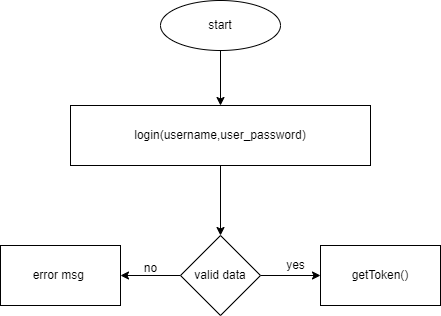
Before: Definition/Design/low level design/flowchart/user login.drawio.png, a diagram exported from draw.io (SaadHamdy1999/TravelAdvisor). Source tidied: cells renumbered, new cells last; positions are measured from the earlier drawing's top-left corner, leaving out a move shared by most shapes. Its diagram source:
```xml
<mxGraphModel>
  <root>
    <mxCell id="0" />
    <mxCell id="1" parent="0" />
    <mxCell id="2" style="edgeStyle=orthogonalEdgeStyle;rounded=0;jettySize=auto;html=1;" parent="1" edge="1" source="3" target="5">
      <mxGeometry relative="1" as="geometry" />
    </mxCell>
    <mxCell id="3" value="start" style="ellipse;whiteSpace=wrap;html=1;" parent="1" vertex="1">
      <mxGeometry x="160" width="120" height="50" as="geometry" />
    </mxCell>
    <mxCell id="4" style="edgeStyle=orthogonalEdgeStyle;rounded=0;jettySize=auto;html=1;" parent="1" edge="1" source="5">
      <mxGeometry relative="1" as="geometry">
        <mxPoint x="220" y="235" as="targetPoint" />
      </mxGeometry>
    </mxCell>
    <mxCell id="5" value="login(username,user_password)" style="whiteSpace=wrap;html=1;" parent="1" vertex="1">
      <mxGeometry x="70" y="105" width="300" height="60" as="geometry" />
    </mxCell>
    <mxCell id="6" style="edgeStyle=orthogonalEdgeStyle;rounded=0;jettySize=auto;html=1;" parent="1" edge="1" target="8">
      <mxGeometry relative="1" as="geometry">
        <mxPoint x="180" y="275" as="sourcePoint" />
      </mxGeometry>
    </mxCell>
    <mxCell id="7" style="edgeStyle=orthogonalEdgeStyle;rounded=0;jettySize=auto;html=1;" parent="1" edge="1" target="10">
      <mxGeometry relative="1" as="geometry">
        <mxPoint x="260" y="275" as="sourcePoint" />
      </mxGeometry>
    </mxCell>
    <mxCell id="8" value="error msg&amp;nbsp;" style="whiteSpace=wrap;html=1;" parent="1" vertex="1">
      <mxGeometry y="245" width="120" height="60" as="geometry" />
    </mxCell>
    <mxCell id="9" value="no" style="text;html=1;align=center;verticalAlign=middle;strokeColor=none;fillColor=none;" parent="1" vertex="1">
      <mxGeometry x="135" y="258" width="30" height="20" as="geometry" />
    </mxCell>
    <mxCell id="10" value="getToken()" style="whiteSpace=wrap;html=1;" parent="1" vertex="1">
      <mxGeometry x="320" y="245" width="120" height="60" as="geometry" />
    </mxCell>
    <mxCell id="11" value="yes" style="text;html=1;align=center;verticalAlign=middle;strokeColor=none;fillColor=none;" parent="1" vertex="1">
      <mxGeometry x="280" y="255" width="30" height="20" as="geometry" />
    </mxCell>
    <mxCell id="12" value="valid data" style="rhombus;whiteSpace=wrap;html=1;" parent="1" vertex="1">
      <mxGeometry x="180" y="235" width="80" height="80" as="geometry" />
    </mxCell>
  </root>
</mxGraphModel>
```
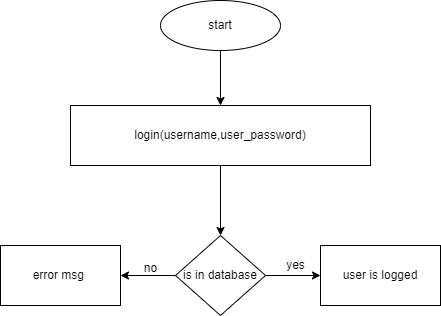
The same file after the commit.

What changed in the source:
```diff
@@ -32,14 +32,14 @@
     <mxCell id="9" value="no" style="text;html=1;align=center;verticalAlign=middle;strokeColor=none;fillColor=none;" parent="1" vertex="1">
       <mxGeometry x="135" y="258" width="30" height="20" as="geometry" />
     </mxCell>
-    <mxCell id="10" value="getToken()" style="whiteSpace=wrap;html=1;" parent="1" vertex="1">
+    <mxCell id="10" value="user is logged" style="whiteSpace=wrap;html=1;" parent="1" vertex="1">
       <mxGeometry x="320" y="245" width="120" height="60" as="geometry" />
     </mxCell>
     <mxCell id="11" value="yes" style="text;html=1;align=center;verticalAlign=middle;strokeColor=none;fillColor=none;" parent="1" vertex="1">
       <mxGeometry x="280" y="255" width="30" height="20" as="geometry" />
     </mxCell>
-    <mxCell id="12" value="valid data" style="rhombus;whiteSpace=wrap;html=1;" parent="1" vertex="1">
-      <mxGeometry x="180" y="235" width="80" height="80" as="geometry" />
+    <mxCell id="12" value="is in database" style="rhombus;whiteSpace=wrap;html=1;" parent="1" vertex="1">
+      <mxGeometry x="175" y="235" width="90" height="80" as="geometry" />
     </mxCell>
   </root>
 </mxGraphModel>
```
